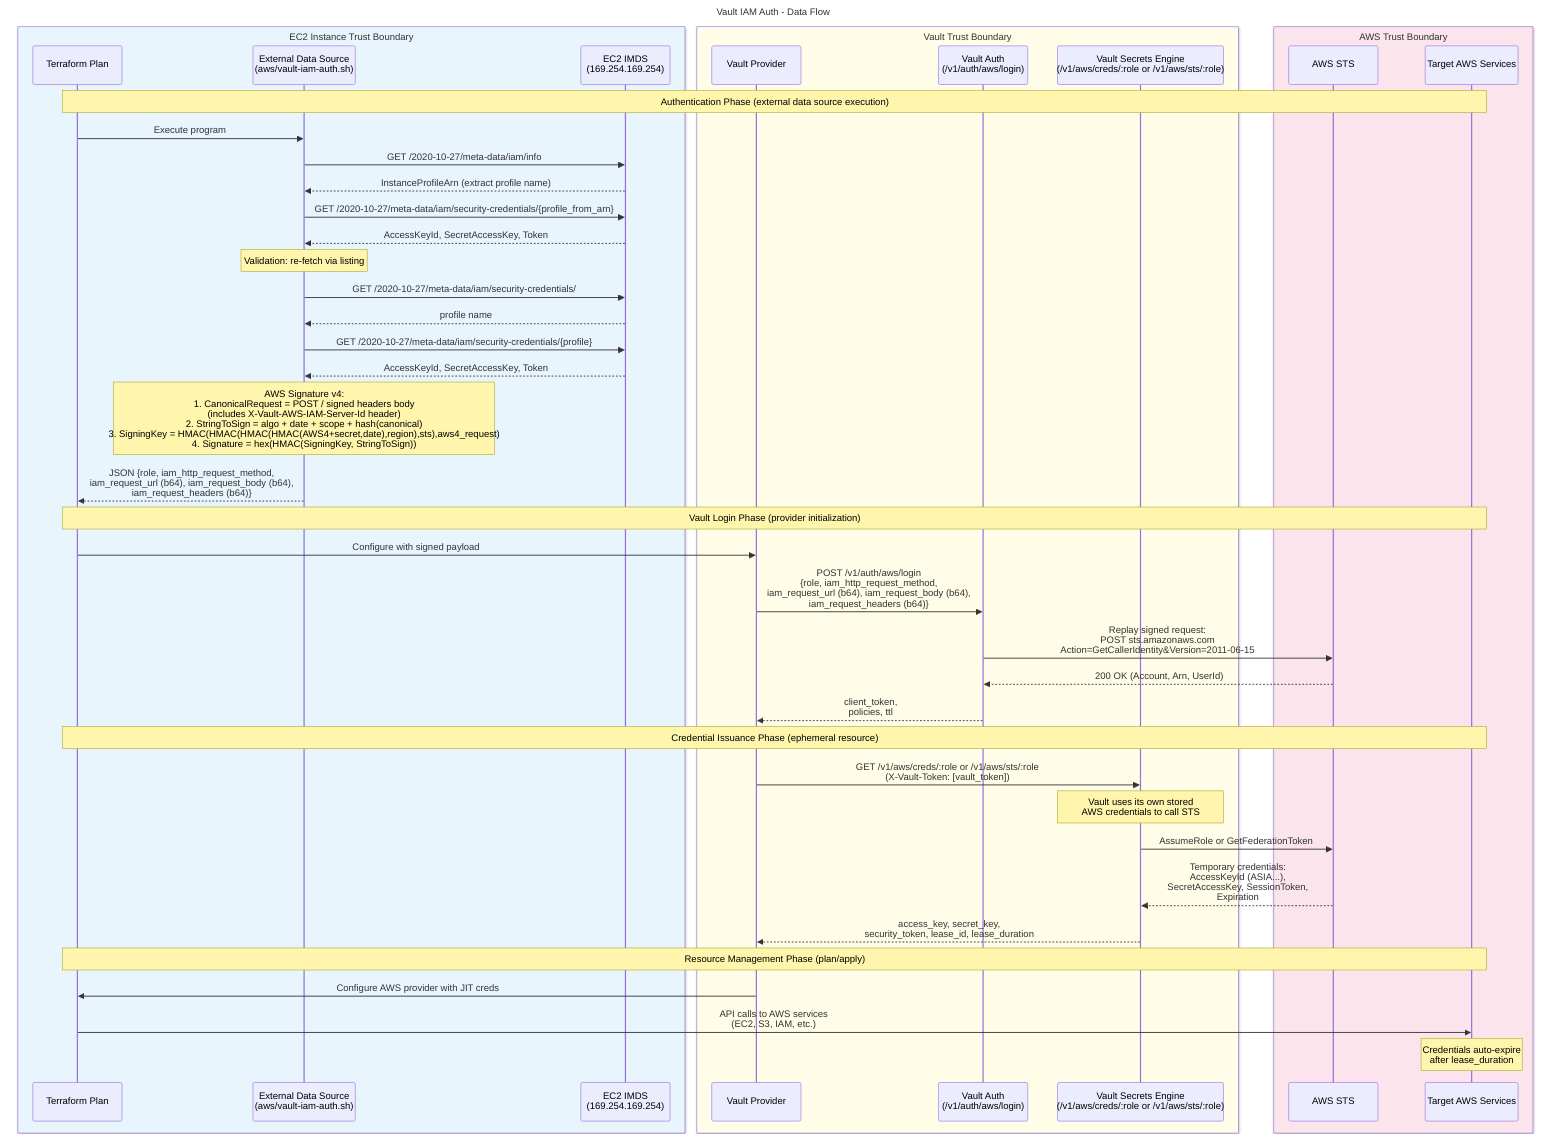
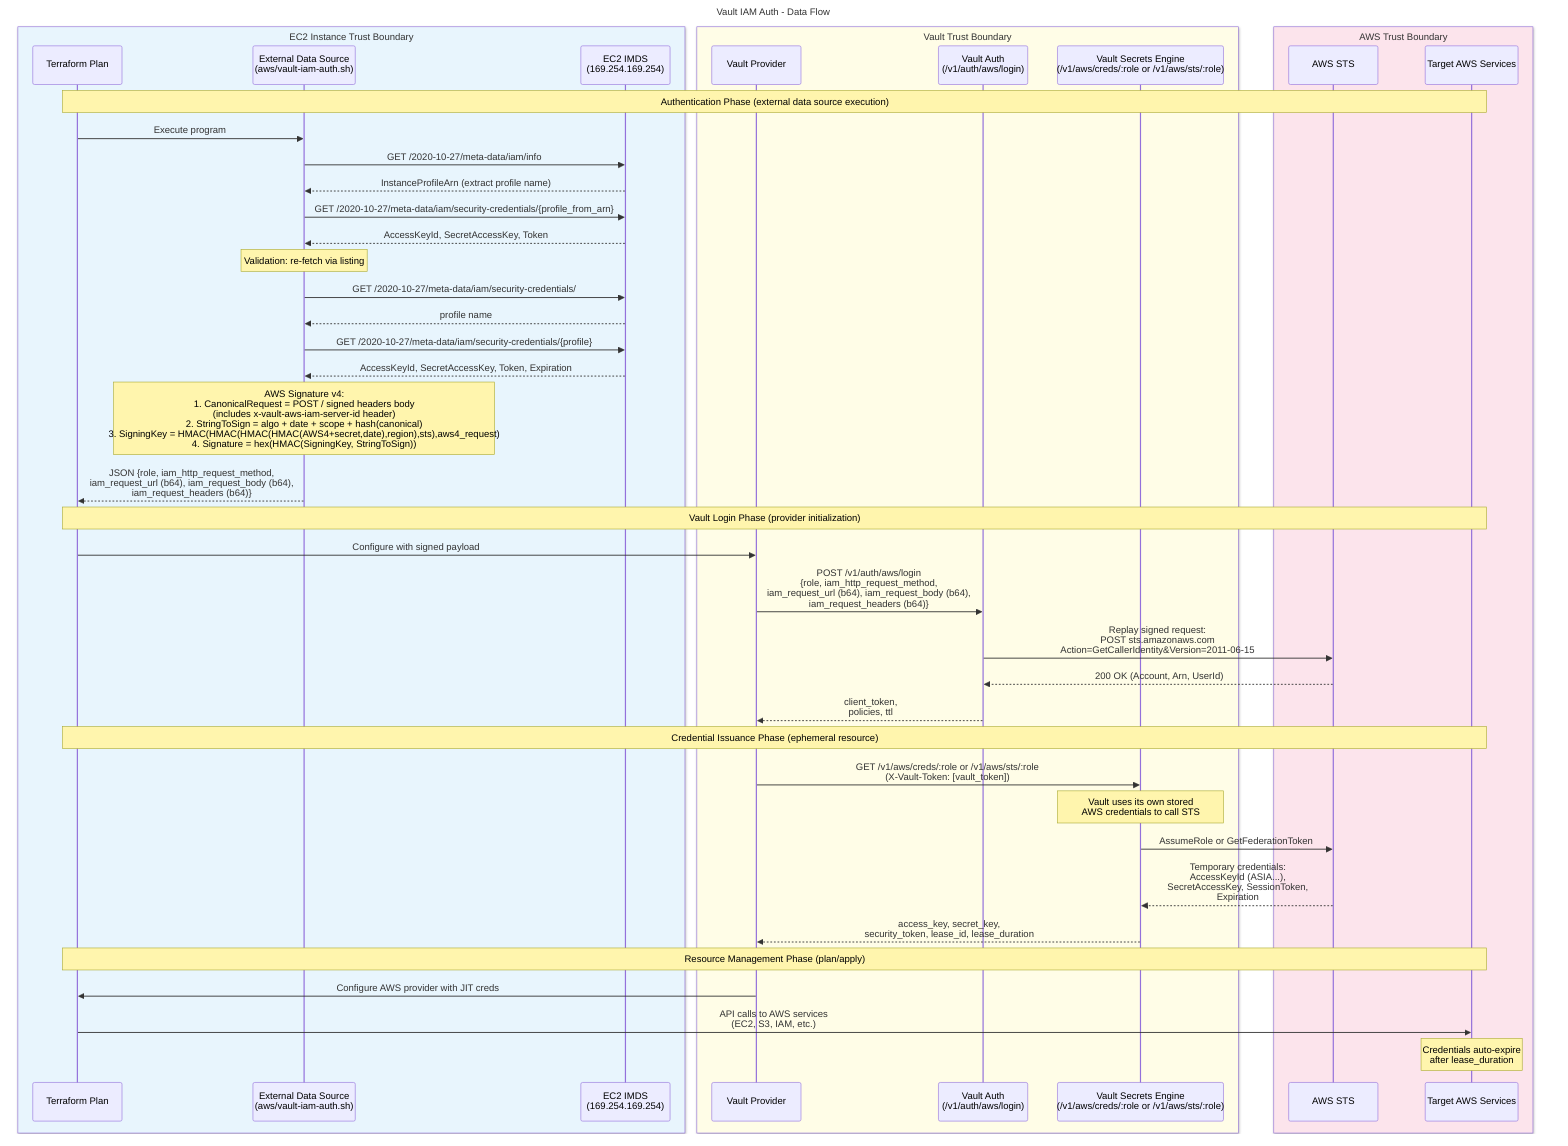
---
title: Vault IAM Auth - Data Flow
---
sequenceDiagram
    box rgb(232,245,253) EC2 Instance Trust Boundary
        participant TF as Terraform Plan
        participant EXT as External Data Source<br/>(aws/vault-iam-auth.sh)
        participant IMDS as EC2 IMDS<br/>(169.254.169.254)
    end

    box rgb(255,253,231) Vault Trust Boundary
        participant VP as Vault Provider
        participant VAUTH as Vault Auth<br/>(/v1/auth/aws/login)
        participant VSE as Vault Secrets Engine<br/>(/v1/aws/creds/:role or /v1/aws/sts/:role)
    end

    box rgb(252,228,236) AWS Trust Boundary
        participant STS as AWS STS
        participant TGTAWS as Target AWS Services
    end

    Note over TF,TGTAWS: Authentication Phase (external data source execution)
    TF->>EXT: Execute program
    EXT->>IMDS: GET /2020-10-27/meta-data/iam/info
    IMDS-->>EXT: InstanceProfileArn (extract profile name)
    EXT->>IMDS: GET /2020-10-27/meta-data/iam/security-credentials/{profile_from_arn}
    IMDS-->>EXT: AccessKeyId, SecretAccessKey, Token
    Note over EXT: Validation: re-fetch via listing
    EXT->>IMDS: GET /2020-10-27/meta-data/iam/security-credentials/
    IMDS-->>EXT: profile name
    EXT->>IMDS: GET /2020-10-27/meta-data/iam/security-credentials/{profile}
-     IMDS-->>EXT: AccessKeyId, SecretAccessKey, Token
-     Note over EXT: AWS Signature v4:<br/>1. CanonicalRequest = POST / signed headers body<br/>(includes X-Vault-AWS-IAM-Server-Id header)<br/>2. StringToSign = algo + date + scope + hash(canonical)<br/>3. SigningKey = HMAC(HMAC(HMAC(HMAC(AWS4+secret,date),region),sts),aws4_request)<br/>4. Signature = hex(HMAC(SigningKey, StringToSign))
+     IMDS-->>EXT: AccessKeyId, SecretAccessKey, Token, Expiration
+     Note over EXT: AWS Signature v4:<br/>1. CanonicalRequest = POST / signed headers body<br/>(includes x-vault-aws-iam-server-id header)<br/>2. StringToSign = algo + date + scope + hash(canonical)<br/>3. SigningKey = HMAC(HMAC(HMAC(HMAC(AWS4+secret,date),region),sts),aws4_request)<br/>4. Signature = hex(HMAC(SigningKey, StringToSign))
    EXT-->>TF: JSON {role, iam_http_request_method,<br/>iam_request_url (b64), iam_request_body (b64),<br/>iam_request_headers (b64)}

    Note over TF,TGTAWS: Vault Login Phase (provider initialization)
    TF->>VP: Configure with signed payload
    VP->>VAUTH: POST /v1/auth/aws/login<br/>{role, iam_http_request_method,<br/>iam_request_url (b64), iam_request_body (b64),<br/>iam_request_headers (b64)}
    VAUTH->>STS: Replay signed request:<br/>POST sts.amazonaws.com<br/>Action=GetCallerIdentity&Version=2011-06-15
    STS-->>VAUTH: 200 OK (Account, Arn, UserId)
    VAUTH-->>VP: client_token,<br/>policies, ttl

    Note over TF,TGTAWS: Credential Issuance Phase (ephemeral resource)
    VP->>VSE: GET /v1/aws/creds/:role or /v1/aws/sts/:role<br/>(X-Vault-Token: [vault_token])
    Note over VSE: Vault uses its own stored<br/>AWS credentials to call STS
    VSE->>STS: AssumeRole or GetFederationToken
    STS-->>VSE: Temporary credentials:<br/>AccessKeyId (ASIA...),<br/>SecretAccessKey, SessionToken,<br/>Expiration
    VSE-->>VP: access_key, secret_key,<br/>security_token, lease_id, lease_duration

    Note over TF,TGTAWS: Resource Management Phase (plan/apply)
    VP->>TF: Configure AWS provider with JIT creds
    TF->>TGTAWS: API calls to AWS services<br/>(EC2, S3, IAM, etc.)
    Note over TGTAWS: Credentials auto-expire<br/>after lease_duration
